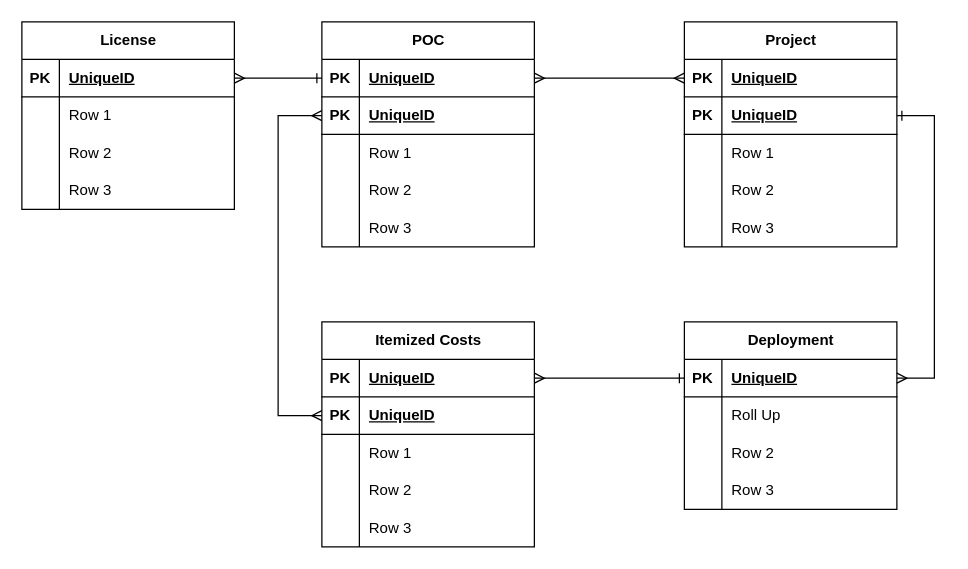
The draw.io diagram page "Option-3" (4 of 4) of erd-projint-01.drawio in josjreyes/GitInit, before the edit. Source tidied: cells renumbered, new cells numbered last; positions are measured from the earlier drawing's top-left corner, leaving out a move shared by most shapes. Both pictures are drawn from the tidied source at 125%, with x=0, y=0 at pixel (21, 21).
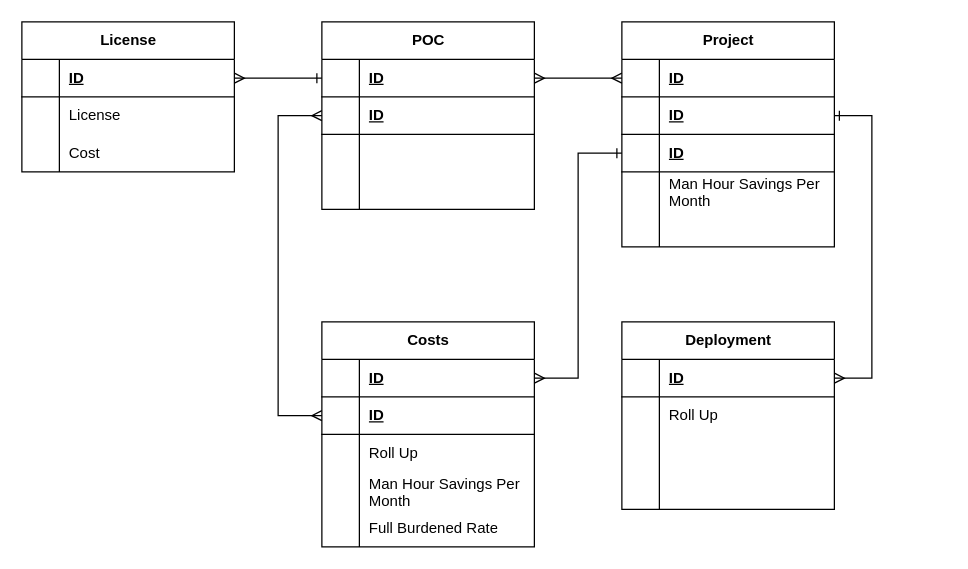
After the change.

Unchanged cells that the change refers to:
```xml
<mxCell id="3" style="shape=tableRow;horizontal=0;startSize=0;swimlaneHead=0;swimlaneBody=0;fillColor=none;points=[[0,0.5],[1,0.5]];portConstraint=eastwest;top=0;left=0;right=0;bottom=1;" parent="2" vertex="1">
  <mxGeometry y="30" width="170" height="30" as="geometry" />
</mxCell>
<mxCell id="6" style="shape=tableRow;horizontal=0;startSize=0;swimlaneHead=0;swimlaneBody=0;fillColor=none;points=[[0,0.5],[1,0.5]];portConstraint=eastwest;top=0;left=0;right=0;bottom=1;" parent="2" vertex="1">
  <mxGeometry y="60" width="170" height="30" as="geometry" />
</mxCell>
<mxCell id="20" style="shape=tableRow;horizontal=0;startSize=0;swimlaneHead=0;swimlaneBody=0;fillColor=none;points=[[0,0.5],[1,0.5]];portConstraint=eastwest;top=0;left=0;right=0;bottom=1;" parent="19" vertex="1">
  <mxGeometry y="30" width="170" height="30" as="geometry" />
</mxCell>
<mxCell id="23" style="shape=tableRow;horizontal=0;startSize=0;swimlaneHead=0;swimlaneBody=0;fillColor=none;top=0;left=0;right=0;bottom=0;" parent="19" vertex="1">
  <mxGeometry y="60" width="170" height="30" as="geometry" />
</mxCell>
<mxCell id="26" style="shape=tableRow;horizontal=0;startSize=0;swimlaneHead=0;swimlaneBody=0;fillColor=none;top=0;left=0;right=0;bottom=0;" parent="19" vertex="1">
  <mxGeometry y="90" width="170" height="30" as="geometry" />
</mxCell>
<mxCell id="34" style="shape=tableRow;horizontal=0;startSize=0;swimlaneHead=0;swimlaneBody=0;fillColor=none;points=[[0,0.5],[1,0.5]];portConstraint=eastwest;top=0;left=0;right=0;bottom=1;" parent="33" vertex="1">
  <mxGeometry y="30" width="170" height="30" as="geometry" />
</mxCell>
<mxCell id="37" style="shape=tableRow;horizontal=0;startSize=0;swimlaneHead=0;swimlaneBody=0;fillColor=none;points=[[0,0.5],[1,0.5]];portConstraint=eastwest;top=0;left=0;right=0;bottom=1;" parent="33" vertex="1">
  <mxGeometry y="60" width="170" height="30" as="geometry" />
</mxCell>
<mxCell id="40" style="shape=tableRow;horizontal=0;startSize=0;swimlaneHead=0;swimlaneBody=0;fillColor=none;top=0;left=0;right=0;bottom=0;" parent="33" vertex="1">
  <mxGeometry y="90" width="170" height="30" as="geometry" />
</mxCell>
<mxCell id="43" style="shape=tableRow;horizontal=0;startSize=0;swimlaneHead=0;swimlaneBody=0;fillColor=none;top=0;left=0;right=0;bottom=0;" parent="33" vertex="1">
  <mxGeometry y="120" width="170" height="30" as="geometry" />
</mxCell>
<mxCell id="46" style="shape=tableRow;horizontal=0;startSize=0;swimlaneHead=0;swimlaneBody=0;fillColor=none;top=0;left=0;right=0;bottom=0;" parent="33" vertex="1">
  <mxGeometry y="150" width="170" height="30" as="geometry" />
</mxCell>
<mxCell id="50" style="shape=tableRow;horizontal=0;startSize=0;swimlaneHead=0;swimlaneBody=0;fillColor=none;points=[[0,0.5],[1,0.5]];portConstraint=eastwest;top=0;left=0;right=0;bottom=1;" parent="49" vertex="1">
  <mxGeometry y="30" width="170" height="30" as="geometry" />
</mxCell>
<mxCell id="53" style="shape=tableRow;horizontal=0;startSize=0;swimlaneHead=0;swimlaneBody=0;fillColor=none;points=[[0,0.5],[1,0.5]];portConstraint=eastwest;top=0;left=0;right=0;bottom=1;" parent="49" vertex="1">
  <mxGeometry y="60" width="170" height="30" as="geometry" />
</mxCell>
<mxCell id="56" style="shape=tableRow;horizontal=0;startSize=0;swimlaneHead=0;swimlaneBody=0;fillColor=none;top=0;left=0;right=0;bottom=0;" parent="49" vertex="1">
  <mxGeometry y="90" width="170" height="30" as="geometry" />
</mxCell>
<mxCell id="59" style="shape=tableRow;horizontal=0;startSize=0;swimlaneHead=0;swimlaneBody=0;fillColor=none;top=0;left=0;right=0;bottom=0;" parent="49" vertex="1">
  <mxGeometry y="120" width="170" height="30" as="geometry" />
</mxCell>
<mxCell id="67" style="shape=tableRow;horizontal=0;startSize=0;swimlaneHead=0;swimlaneBody=0;fillColor=none;points=[[0,0.5],[1,0.5]];portConstraint=eastwest;top=0;left=0;right=0;bottom=1;" parent="66" vertex="1">
  <mxGeometry y="30" width="170" height="30" as="geometry" />
</mxCell>
<mxCell id="73" style="shape=tableRow;horizontal=0;startSize=0;swimlaneHead=0;swimlaneBody=0;fillColor=none;top=0;left=0;right=0;bottom=0;" parent="66" vertex="1">
  <mxGeometry y="90" width="170" height="30" as="geometry" />
</mxCell>
<mxCell id="76" style="shape=tableRow;horizontal=0;startSize=0;swimlaneHead=0;swimlaneBody=0;fillColor=none;top=0;left=0;right=0;bottom=0;" parent="66" vertex="1">
  <mxGeometry y="120" width="170" height="30" as="geometry" />
</mxCell>
```

Diff of the diagram source:
```diff
@@
     <mxCell id="2" value="Project" style="shape=table;startSize=30;childLayout=tableLayout;rowLines=0;fontStyle=1;align=center;html=1;" parent="1" vertex="1">
-      <mxGeometry x="530" width="170" height="180" as="geometry" />
+      <mxGeometry x="480" width="170" height="180" as="geometry" />
     </mxCell>
@@
-    <mxCell id="4" value="PK" style="shape=partialRectangle;fillColor=none;top=0;left=0;bottom=0;right=0;fontStyle=1;overflow=hidden;whiteSpace=wrap;html=1;" parent="3" vertex="1">
+    <mxCell id="4" style="shape=partialRectangle;fillColor=none;top=0;left=0;bottom=0;right=0;fontStyle=1;overflow=hidden;whiteSpace=wrap;html=1;" parent="3" vertex="1">
       <mxGeometry width="30" height="30" as="geometry" />
     </mxCell>
-    <mxCell id="5" value="UniqueID" style="shape=partialRectangle;fillColor=none;top=0;left=0;bottom=0;right=0;align=left;spacingLeft=6;fontStyle=5;overflow=hidden;whiteSpace=wrap;html=1;" parent="3" vertex="1">
+    <mxCell id="5" value="ID" style="shape=partialRectangle;fillColor=none;top=0;left=0;bottom=0;right=0;align=left;spacingLeft=6;fontStyle=5;overflow=hidden;whiteSpace=wrap;html=1;" parent="3" vertex="1">
       <mxGeometry x="30" width="140" height="30" as="geometry" />
     </mxCell>
@@
-    <mxCell id="7" value="PK" style="shape=partialRectangle;fillColor=none;top=0;left=0;bottom=0;right=0;fontStyle=1;overflow=hidden;whiteSpace=wrap;html=1;" parent="6" vertex="1">
+    <mxCell id="7" style="shape=partialRectangle;fillColor=none;top=0;left=0;bottom=0;right=0;fontStyle=1;overflow=hidden;whiteSpace=wrap;html=1;" parent="6" vertex="1">
       <mxGeometry width="30" height="30" as="geometry" />
     </mxCell>
-    <mxCell id="8" value="UniqueID" style="shape=partialRectangle;fillColor=none;top=0;left=0;bottom=0;right=0;align=left;spacingLeft=6;fontStyle=5;overflow=hidden;whiteSpace=wrap;html=1;" parent="6" vertex="1">
+    <mxCell id="8" value="ID" style="shape=partialRectangle;fillColor=none;top=0;left=0;bottom=0;right=0;align=left;spacingLeft=6;fontStyle=5;overflow=hidden;whiteSpace=wrap;html=1;" parent="6" vertex="1">
       <mxGeometry x="30" width="140" height="30" as="geometry" />
     </mxCell>
+    <mxCell id="81" style="shape=tableRow;horizontal=0;startSize=0;swimlaneHead=0;swimlaneBody=0;fillColor=none;points=[[0,0.5],[1,0.5]];portConstraint=eastwest;top=0;left=0;right=0;bottom=1;" parent="2" vertex="1">
+      <mxGeometry y="90" width="170" height="30" as="geometry" />
+    </mxCell>
+    <mxCell id="82" style="shape=partialRectangle;fillColor=none;top=0;left=0;bottom=0;right=0;fontStyle=1;overflow=hidden;whiteSpace=wrap;html=1;" parent="81" vertex="1">
+      <mxGeometry width="30" height="30" as="geometry" />
+    </mxCell>
+    <mxCell id="83" value="ID" style="shape=partialRectangle;fillColor=none;top=0;left=0;bottom=0;right=0;align=left;spacingLeft=6;fontStyle=5;overflow=hidden;whiteSpace=wrap;html=1;" parent="81" vertex="1">
+      <mxGeometry x="30" width="140" height="30" as="geometry" />
+    </mxCell>
     <mxCell id="9" style="shape=tableRow;horizontal=0;startSize=0;swimlaneHead=0;swimlaneBody=0;fillColor=none;top=0;left=0;right=0;bottom=0;" parent="2" vertex="1">
-      <mxGeometry y="90" width="170" height="30" as="geometry" />
+      <mxGeometry y="120" width="170" height="30" as="geometry" />
     </mxCell>
@@
-    <mxCell id="11" value="Row 1" style="shape=partialRectangle;fillColor=none;top=0;left=0;bottom=0;right=0;align=left;spacingLeft=6;overflow=hidden;whiteSpace=wrap;html=1;" parent="9" vertex="1">
+    <mxCell id="11" value="Man Hour Savings Per Month" style="shape=partialRectangle;fillColor=none;top=0;left=0;bottom=0;right=0;align=left;spacingLeft=6;overflow=hidden;whiteSpace=wrap;html=1;" parent="9" vertex="1">
       <mxGeometry x="30" width="140" height="30" as="geometry" />
     </mxCell>
     <mxCell id="12" style="shape=tableRow;horizontal=0;startSize=0;swimlaneHead=0;swimlaneBody=0;fillColor=none;top=0;left=0;right=0;bottom=0;" parent="2" vertex="1">
-      <mxGeometry y="120" width="170" height="30" as="geometry" />
+      <mxGeometry y="150" width="170" height="30" as="geometry" />
     </mxCell>
@@
-    <mxCell id="14" value="Row 2" style="shape=partialRectangle;fillColor=none;top=0;left=0;bottom=0;right=0;align=left;spacingLeft=6;overflow=hidden;whiteSpace=wrap;html=1;" parent="12" vertex="1">
+    <mxCell id="14" style="shape=partialRectangle;fillColor=none;top=0;left=0;bottom=0;right=0;align=left;spacingLeft=6;overflow=hidden;whiteSpace=wrap;html=1;" parent="12" vertex="1">
       <mxGeometry x="30" width="140" height="30" as="geometry" />
     </mxCell>
-    <mxCell id="15" style="shape=tableRow;horizontal=0;startSize=0;swimlaneHead=0;swimlaneBody=0;fillColor=none;top=0;left=0;right=0;bottom=0;" parent="2" vertex="1">
-      <mxGeometry y="150" width="170" height="30" as="geometry" />
-    </mxCell>
-    <mxCell id="16" style="shape=partialRectangle;fillColor=none;top=0;left=0;bottom=0;right=0;overflow=hidden;whiteSpace=wrap;html=1;" parent="15" vertex="1">
-      <mxGeometry width="30" height="30" as="geometry" />
-    </mxCell>
-    <mxCell id="17" value="Row 3" style="shape=partialRectangle;fillColor=none;top=0;left=0;bottom=0;right=0;align=left;spacingLeft=6;overflow=hidden;whiteSpace=wrap;html=1;" parent="15" vertex="1">
-      <mxGeometry x="30" width="140" height="30" as="geometry" />
-    </mxCell>
@@
     <mxCell id="19" value="License" style="shape=table;startSize=30;childLayout=tableLayout;rowLines=0;fontStyle=1;align=center;html=1;" parent="1" vertex="1">
-      <mxGeometry width="170" height="150" as="geometry" />
+      <mxGeometry width="170" height="120" as="geometry" />
     </mxCell>
@@
-    <mxCell id="21" value="PK" style="shape=partialRectangle;fillColor=none;top=0;left=0;bottom=0;right=0;fontStyle=1;overflow=hidden;whiteSpace=wrap;html=1;" parent="20" vertex="1">
+    <mxCell id="21" style="shape=partialRectangle;fillColor=none;top=0;left=0;bottom=0;right=0;fontStyle=1;overflow=hidden;whiteSpace=wrap;html=1;" parent="20" vertex="1">
       <mxGeometry width="30" height="30" as="geometry" />
     </mxCell>
-    <mxCell id="22" value="UniqueID" style="shape=partialRectangle;fillColor=none;top=0;left=0;bottom=0;right=0;align=left;spacingLeft=6;fontStyle=5;overflow=hidden;whiteSpace=wrap;html=1;" parent="20" vertex="1">
+    <mxCell id="22" value="ID" style="shape=partialRectangle;fillColor=none;top=0;left=0;bottom=0;right=0;align=left;spacingLeft=6;fontStyle=5;overflow=hidden;whiteSpace=wrap;html=1;" parent="20" vertex="1">
       <mxGeometry x="30" width="140" height="30" as="geometry" />
     </mxCell>
@@
-    <mxCell id="25" value="Row 1" style="shape=partialRectangle;fillColor=none;top=0;left=0;bottom=0;right=0;align=left;spacingLeft=6;overflow=hidden;whiteSpace=wrap;html=1;" parent="23" vertex="1">
+    <mxCell id="25" value="License" style="shape=partialRectangle;fillColor=none;top=0;left=0;bottom=0;right=0;align=left;spacingLeft=6;overflow=hidden;whiteSpace=wrap;html=1;" parent="23" vertex="1">
       <mxGeometry x="30" width="140" height="30" as="geometry" />
     </mxCell>
@@
-    <mxCell id="28" value="Row 2" style="shape=partialRectangle;fillColor=none;top=0;left=0;bottom=0;right=0;align=left;spacingLeft=6;overflow=hidden;whiteSpace=wrap;html=1;" parent="26" vertex="1">
+    <mxCell id="28" value="Cost" style="shape=partialRectangle;fillColor=none;top=0;left=0;bottom=0;right=0;align=left;spacingLeft=6;overflow=hidden;whiteSpace=wrap;html=1;" parent="26" vertex="1">
       <mxGeometry x="30" width="140" height="30" as="geometry" />
     </mxCell>
-    <mxCell id="29" style="shape=tableRow;horizontal=0;startSize=0;swimlaneHead=0;swimlaneBody=0;fillColor=none;top=0;left=0;right=0;bottom=0;" parent="19" vertex="1">
-      <mxGeometry y="120" width="170" height="30" as="geometry" />
-    </mxCell>
-    <mxCell id="30" style="shape=partialRectangle;fillColor=none;top=0;left=0;bottom=0;right=0;overflow=hidden;whiteSpace=wrap;html=1;" parent="29" vertex="1">
-      <mxGeometry width="30" height="30" as="geometry" />
-    </mxCell>
-    <mxCell id="31" value="Row 3" style="shape=partialRectangle;fillColor=none;top=0;left=0;bottom=0;right=0;align=left;spacingLeft=6;overflow=hidden;whiteSpace=wrap;html=1;" parent="29" vertex="1">
-      <mxGeometry x="30" width="140" height="30" as="geometry" />
-    </mxCell>
@@
-    <mxCell id="33" value="Itemized Costs" style="shape=table;startSize=30;childLayout=tableLayout;rowLines=0;fontStyle=1;align=center;html=1;" parent="1" vertex="1">
+    <mxCell id="33" value="Costs" style="shape=table;startSize=30;childLayout=tableLayout;rowLines=0;fontStyle=1;align=center;html=1;" parent="1" vertex="1">
       <mxGeometry x="240" y="240" width="170" height="180" as="geometry" />
     </mxCell>
@@
-    <mxCell id="35" value="PK" style="shape=partialRectangle;fillColor=none;top=0;left=0;bottom=0;right=0;fontStyle=1;overflow=hidden;whiteSpace=wrap;html=1;" parent="34" vertex="1">
+    <mxCell id="35" style="shape=partialRectangle;fillColor=none;top=0;left=0;bottom=0;right=0;fontStyle=1;overflow=hidden;whiteSpace=wrap;html=1;" parent="34" vertex="1">
       <mxGeometry width="30" height="30" as="geometry" />
     </mxCell>
-    <mxCell id="36" value="UniqueID" style="shape=partialRectangle;fillColor=none;top=0;left=0;bottom=0;right=0;align=left;spacingLeft=6;fontStyle=5;overflow=hidden;whiteSpace=wrap;html=1;" parent="34" vertex="1">
+    <mxCell id="36" value="ID" style="shape=partialRectangle;fillColor=none;top=0;left=0;bottom=0;right=0;align=left;spacingLeft=6;fontStyle=5;overflow=hidden;whiteSpace=wrap;html=1;" parent="34" vertex="1">
       <mxGeometry x="30" width="140" height="30" as="geometry" />
     </mxCell>
@@
-    <mxCell id="38" value="PK" style="shape=partialRectangle;fillColor=none;top=0;left=0;bottom=0;right=0;fontStyle=1;overflow=hidden;whiteSpace=wrap;html=1;" parent="37" vertex="1">
+    <mxCell id="38" style="shape=partialRectangle;fillColor=none;top=0;left=0;bottom=0;right=0;fontStyle=1;overflow=hidden;whiteSpace=wrap;html=1;" parent="37" vertex="1">
       <mxGeometry width="30" height="30" as="geometry" />
     </mxCell>
-    <mxCell id="39" value="UniqueID" style="shape=partialRectangle;fillColor=none;top=0;left=0;bottom=0;right=0;align=left;spacingLeft=6;fontStyle=5;overflow=hidden;whiteSpace=wrap;html=1;" parent="37" vertex="1">
+    <mxCell id="39" value="ID" style="shape=partialRectangle;fillColor=none;top=0;left=0;bottom=0;right=0;align=left;spacingLeft=6;fontStyle=5;overflow=hidden;whiteSpace=wrap;html=1;" parent="37" vertex="1">
       <mxGeometry x="30" width="140" height="30" as="geometry" />
     </mxCell>
@@
-    <mxCell id="42" value="Row 1" style="shape=partialRectangle;fillColor=none;top=0;left=0;bottom=0;right=0;align=left;spacingLeft=6;overflow=hidden;whiteSpace=wrap;html=1;" parent="40" vertex="1">
+    <mxCell id="42" value="Roll Up" style="shape=partialRectangle;fillColor=none;top=0;left=0;bottom=0;right=0;align=left;spacingLeft=6;overflow=hidden;whiteSpace=wrap;html=1;" parent="40" vertex="1">
       <mxGeometry x="30" width="140" height="30" as="geometry" />
     </mxCell>
@@
-    <mxCell id="45" value="Row 2" style="shape=partialRectangle;fillColor=none;top=0;left=0;bottom=0;right=0;align=left;spacingLeft=6;overflow=hidden;whiteSpace=wrap;html=1;" parent="43" vertex="1">
+    <mxCell id="45" value="Man Hour Savings Per Month" style="shape=partialRectangle;fillColor=none;top=0;left=0;bottom=0;right=0;align=left;spacingLeft=6;overflow=hidden;whiteSpace=wrap;html=1;" parent="43" vertex="1">
       <mxGeometry x="30" width="140" height="30" as="geometry" />
     </mxCell>
@@
-    <mxCell id="48" value="Row 3" style="shape=partialRectangle;fillColor=none;top=0;left=0;bottom=0;right=0;align=left;spacingLeft=6;overflow=hidden;whiteSpace=wrap;html=1;" parent="46" vertex="1">
+    <mxCell id="48" value="Full Burdened Rate" style="shape=partialRectangle;fillColor=none;top=0;left=0;bottom=0;right=0;align=left;spacingLeft=6;overflow=hidden;whiteSpace=wrap;html=1;" parent="46" vertex="1">
       <mxGeometry x="30" width="140" height="30" as="geometry" />
     </mxCell>
     <mxCell id="49" value="POC" style="shape=table;startSize=30;childLayout=tableLayout;rowLines=0;fontStyle=1;align=center;html=1;" parent="1" vertex="1">
-      <mxGeometry x="240" width="170" height="180" as="geometry" />
+      <mxGeometry x="240" width="170" height="150" as="geometry" />
     </mxCell>
@@
-    <mxCell id="51" value="PK" style="shape=partialRectangle;fillColor=none;top=0;left=0;bottom=0;right=0;fontStyle=1;overflow=hidden;whiteSpace=wrap;html=1;" parent="50" vertex="1">
+    <mxCell id="51" style="shape=partialRectangle;fillColor=none;top=0;left=0;bottom=0;right=0;fontStyle=1;overflow=hidden;whiteSpace=wrap;html=1;" parent="50" vertex="1">
       <mxGeometry width="30" height="30" as="geometry" />
     </mxCell>
-    <mxCell id="52" value="UniqueID" style="shape=partialRectangle;fillColor=none;top=0;left=0;bottom=0;right=0;align=left;spacingLeft=6;fontStyle=5;overflow=hidden;whiteSpace=wrap;html=1;" parent="50" vertex="1">
+    <mxCell id="52" value="ID" style="shape=partialRectangle;fillColor=none;top=0;left=0;bottom=0;right=0;align=left;spacingLeft=6;fontStyle=5;overflow=hidden;whiteSpace=wrap;html=1;" parent="50" vertex="1">
       <mxGeometry x="30" width="140" height="30" as="geometry" />
     </mxCell>
@@
-    <mxCell id="54" value="PK" style="shape=partialRectangle;fillColor=none;top=0;left=0;bottom=0;right=0;fontStyle=1;overflow=hidden;whiteSpace=wrap;html=1;" parent="53" vertex="1">
+    <mxCell id="54" style="shape=partialRectangle;fillColor=none;top=0;left=0;bottom=0;right=0;fontStyle=1;overflow=hidden;whiteSpace=wrap;html=1;" parent="53" vertex="1">
       <mxGeometry width="30" height="30" as="geometry" />
     </mxCell>
-    <mxCell id="55" value="UniqueID" style="shape=partialRectangle;fillColor=none;top=0;left=0;bottom=0;right=0;align=left;spacingLeft=6;fontStyle=5;overflow=hidden;whiteSpace=wrap;html=1;" parent="53" vertex="1">
+    <mxCell id="55" value="ID" style="shape=partialRectangle;fillColor=none;top=0;left=0;bottom=0;right=0;align=left;spacingLeft=6;fontStyle=5;overflow=hidden;whiteSpace=wrap;html=1;" parent="53" vertex="1">
       <mxGeometry x="30" width="140" height="30" as="geometry" />
     </mxCell>
@@
-    <mxCell id="58" value="Row 1" style="shape=partialRectangle;fillColor=none;top=0;left=0;bottom=0;right=0;align=left;spacingLeft=6;overflow=hidden;whiteSpace=wrap;html=1;" parent="56" vertex="1">
+    <mxCell id="58" style="shape=partialRectangle;fillColor=none;top=0;left=0;bottom=0;right=0;align=left;spacingLeft=6;overflow=hidden;whiteSpace=wrap;html=1;" parent="56" vertex="1">
       <mxGeometry x="30" width="140" height="30" as="geometry" />
     </mxCell>
@@
-    <mxCell id="61" value="Row 2" style="shape=partialRectangle;fillColor=none;top=0;left=0;bottom=0;right=0;align=left;spacingLeft=6;overflow=hidden;whiteSpace=wrap;html=1;" parent="59" vertex="1">
+    <mxCell id="61" style="shape=partialRectangle;fillColor=none;top=0;left=0;bottom=0;right=0;align=left;spacingLeft=6;overflow=hidden;whiteSpace=wrap;html=1;" parent="59" vertex="1">
       <mxGeometry x="30" width="140" height="30" as="geometry" />
     </mxCell>
-    <mxCell id="62" style="shape=tableRow;horizontal=0;startSize=0;swimlaneHead=0;swimlaneBody=0;fillColor=none;top=0;left=0;right=0;bottom=0;" parent="49" vertex="1">
-      <mxGeometry y="150" width="170" height="30" as="geometry" />
-    </mxCell>
-    <mxCell id="63" style="shape=partialRectangle;fillColor=none;top=0;left=0;bottom=0;right=0;overflow=hidden;whiteSpace=wrap;html=1;" parent="62" vertex="1">
-      <mxGeometry width="30" height="30" as="geometry" />
-    </mxCell>
-    <mxCell id="64" value="Row 3" style="shape=partialRectangle;fillColor=none;top=0;left=0;bottom=0;right=0;align=left;spacingLeft=6;overflow=hidden;whiteSpace=wrap;html=1;" parent="62" vertex="1">
-      <mxGeometry x="30" width="140" height="30" as="geometry" />
-    </mxCell>
@@
     <mxCell id="66" value="Deployment" style="shape=table;startSize=30;childLayout=tableLayout;rowLines=0;fontStyle=1;align=center;html=1;" parent="1" vertex="1">
-      <mxGeometry x="530" y="240" width="170" height="150" as="geometry" />
+      <mxGeometry x="480" y="240" width="170" height="150" as="geometry" />
     </mxCell>
@@
-    <mxCell id="68" value="PK" style="shape=partialRectangle;fillColor=none;top=0;left=0;bottom=0;right=0;fontStyle=1;overflow=hidden;whiteSpace=wrap;html=1;" parent="67" vertex="1">
+    <mxCell id="68" style="shape=partialRectangle;fillColor=none;top=0;left=0;bottom=0;right=0;fontStyle=1;overflow=hidden;whiteSpace=wrap;html=1;" parent="67" vertex="1">
       <mxGeometry width="30" height="30" as="geometry" />
     </mxCell>
-    <mxCell id="69" value="UniqueID" style="shape=partialRectangle;fillColor=none;top=0;left=0;bottom=0;right=0;align=left;spacingLeft=6;fontStyle=5;overflow=hidden;whiteSpace=wrap;html=1;" parent="67" vertex="1">
+    <mxCell id="69" value="ID" style="shape=partialRectangle;fillColor=none;top=0;left=0;bottom=0;right=0;align=left;spacingLeft=6;fontStyle=5;overflow=hidden;whiteSpace=wrap;html=1;" parent="67" vertex="1">
       <mxGeometry x="30" width="140" height="30" as="geometry" />
     </mxCell>
@@
-    <mxCell id="75" value="Row 2" style="shape=partialRectangle;fillColor=none;top=0;left=0;bottom=0;right=0;align=left;spacingLeft=6;overflow=hidden;whiteSpace=wrap;html=1;" parent="73" vertex="1">
+    <mxCell id="75" style="shape=partialRectangle;fillColor=none;top=0;left=0;bottom=0;right=0;align=left;spacingLeft=6;overflow=hidden;whiteSpace=wrap;html=1;" parent="73" vertex="1">
       <mxGeometry x="30" width="140" height="30" as="geometry" />
     </mxCell>
@@
-    <mxCell id="78" value="Row 3" style="shape=partialRectangle;fillColor=none;top=0;left=0;bottom=0;right=0;align=left;spacingLeft=6;overflow=hidden;whiteSpace=wrap;html=1;" parent="76" vertex="1">
+    <mxCell id="78" style="shape=partialRectangle;fillColor=none;top=0;left=0;bottom=0;right=0;align=left;spacingLeft=6;overflow=hidden;whiteSpace=wrap;html=1;" parent="76" vertex="1">
       <mxGeometry x="30" width="140" height="30" as="geometry" />
     </mxCell>
@@
-    <mxCell id="80" style="edgeStyle=orthogonalEdgeStyle;rounded=0;jettySize=auto;html=1;exitX=1;exitY=0.5;exitDx=0;exitDy=0;entryX=0;entryY=0.5;entryDx=0;entryDy=0;endArrow=ERone;endFill=0;startArrow=ERmany;startFill=0;" parent="1" edge="1" source="34" target="67">
+    <mxCell id="80" style="edgeStyle=orthogonalEdgeStyle;rounded=0;jettySize=auto;html=1;exitX=1;exitY=0.5;exitDx=0;exitDy=0;entryX=0;entryY=0.5;entryDx=0;entryDy=0;endArrow=ERone;endFill=0;startArrow=ERmany;startFill=0;" parent="1" edge="1" source="34" target="81">
       <mxGeometry relative="1" as="geometry" />
     </mxCell>
```
